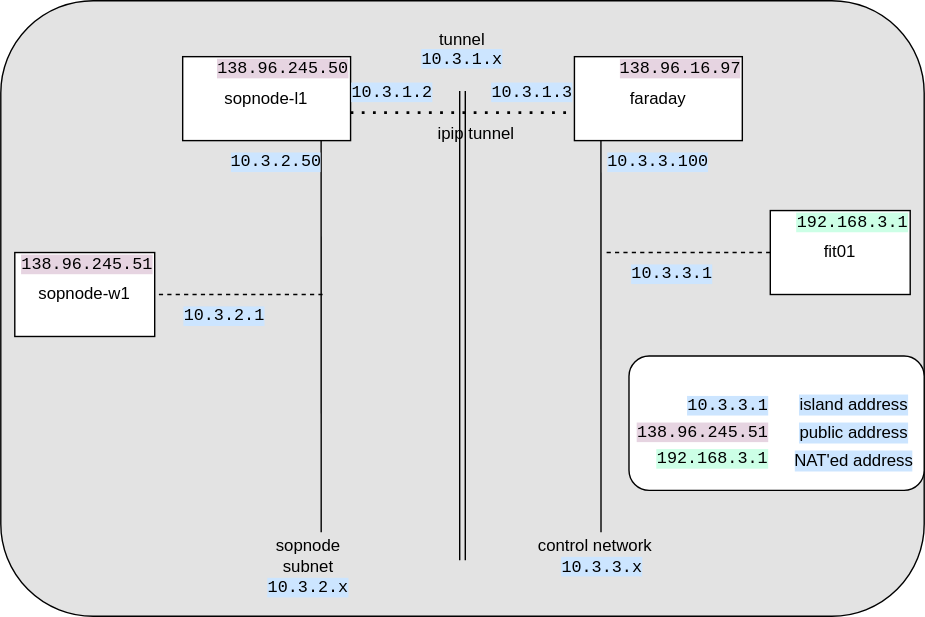
The draw.io diagram island/island-arch.svg in sopnode/kube-install, before a commit. Source tidied: cells renumbered, new cells last; positions are measured from the earlier drawing's top-left corner, leaving out a move shared by most shapes. The source it was exported from:
```xml
<mxGraphModel>
  <root>
    <mxCell id="0" />
    <mxCell id="1" parent="0" />
    <mxCell id="2" style="rounded=1;whiteSpace=wrap;html=1;fillColor=#E3E3E3;" parent="1" vertex="1">
      <mxGeometry width="660" height="440" as="geometry" />
    </mxCell>
    <mxCell id="3" style="rounded=1;whiteSpace=wrap;html=1;labelBackgroundColor=#CCE5FF;fontFamily=Helvetica;" parent="1" vertex="1">
      <mxGeometry x="449" y="254" width="211" height="96" as="geometry" />
    </mxCell>
    <mxCell id="4" value="faraday" style="rounded=0;whiteSpace=wrap;html=1;" parent="1" vertex="1">
      <mxGeometry x="410" y="40" width="120" height="60" as="geometry" />
    </mxCell>
    <mxCell id="5" style="endArrow=none;html=1;entryX=0.658;entryY=1;entryDx=0;entryDy=0;entryPerimeter=0;" parent="1" edge="1">
      <mxGeometry relative="1" as="geometry">
        <mxPoint x="429" y="380" as="sourcePoint" />
        <mxPoint x="429" y="100" as="targetPoint" />
      </mxGeometry>
    </mxCell>
    <mxCell id="6" value="fit01" style="rounded=0;whiteSpace=wrap;html=1;" parent="1" vertex="1">
      <mxGeometry x="550" y="150" width="100" height="60" as="geometry" />
    </mxCell>
    <mxCell id="7" style="endArrow=none;dashed=1;html=1;exitX=0;exitY=0.5;exitDx=0;exitDy=0;" parent="1" edge="1" source="6">
      <mxGeometry relative="1" as="geometry">
        <mxPoint x="430" y="180" as="targetPoint" />
      </mxGeometry>
    </mxCell>
    <mxCell id="8" value="control network" style="text;html=1;strokeColor=none;fillColor=none;align=center;verticalAlign=middle;whiteSpace=wrap;rounded=0;" parent="1" vertex="1">
      <mxGeometry x="380" y="380" width="90" height="20" as="geometry" />
    </mxCell>
    <mxCell id="9" value="sopnode-l1" style="rounded=0;whiteSpace=wrap;html=1;" parent="1" vertex="1">
      <mxGeometry x="130" y="40" width="120" height="60" as="geometry" />
    </mxCell>
    <mxCell id="10" value="&lt;font face=&quot;Courier New&quot; style=&quot;background-color: rgb(204 , 229 , 255)&quot;&gt;10.3.3.1&lt;/font&gt;" style="text;html=1;strokeColor=none;fillColor=none;align=center;verticalAlign=middle;whiteSpace=wrap;rounded=0;" parent="1" vertex="1">
      <mxGeometry x="440" y="180" width="80" height="30" as="geometry" />
    </mxCell>
    <mxCell id="11" value="&lt;span style=&quot;background-color: rgb(204 , 229 , 255)&quot;&gt;&lt;font face=&quot;Courier New&quot;&gt;10.3.3.x&lt;/font&gt;&lt;/span&gt;" style="text;html=1;strokeColor=none;fillColor=none;align=center;verticalAlign=middle;whiteSpace=wrap;rounded=0;" parent="1" vertex="1">
      <mxGeometry x="400" y="390" width="60" height="30" as="geometry" />
    </mxCell>
    <mxCell id="12" value="sopnode subnet&lt;br&gt;&lt;font face=&quot;Courier New&quot; style=&quot;background-color: rgb(204 , 229 , 255)&quot;&gt;10.3.2.x&lt;/font&gt;" style="text;html=1;strokeColor=none;fillColor=none;align=center;verticalAlign=middle;whiteSpace=wrap;rounded=0;" parent="1" vertex="1">
      <mxGeometry x="190" y="390" width="60" height="30" as="geometry" />
    </mxCell>
    <mxCell id="13" value="tunnel&lt;br&gt;&lt;span style=&quot;background-color: rgb(204 , 229 , 255)&quot;&gt;&lt;font face=&quot;Courier New&quot;&gt;10.3.1.x&lt;/font&gt;&lt;/span&gt;" style="text;html=1;strokeColor=none;fillColor=none;align=center;verticalAlign=middle;whiteSpace=wrap;rounded=0;" parent="1" vertex="1">
      <mxGeometry x="300" y="20" width="60" height="30" as="geometry" />
    </mxCell>
    <mxCell id="14" value="&lt;font face=&quot;Courier New&quot; style=&quot;background-color: rgb(204 , 229 , 255)&quot;&gt;10.3.1.2&lt;/font&gt;" style="text;html=1;strokeColor=none;fillColor=none;align=center;verticalAlign=middle;whiteSpace=wrap;rounded=0;" parent="1" vertex="1">
      <mxGeometry x="250" y="50" width="60" height="30" as="geometry" />
    </mxCell>
    <mxCell id="15" value="&lt;font face=&quot;Courier New&quot; style=&quot;background-color: rgb(204 , 229 , 255)&quot;&gt;10.3.1.3&lt;/font&gt;" style="text;html=1;strokeColor=none;fillColor=none;align=center;verticalAlign=middle;whiteSpace=wrap;rounded=0;" parent="1" vertex="1">
      <mxGeometry x="350" y="50" width="60" height="30" as="geometry" />
    </mxCell>
    <mxCell id="16" style="endArrow=none;dashed=1;html=1;dashPattern=1 3;strokeWidth=2;exitX=0;exitY=1;exitDx=0;exitDy=0;" parent="1" edge="1" source="14">
      <mxGeometry relative="1" as="geometry">
        <mxPoint x="410" y="80" as="targetPoint" />
      </mxGeometry>
    </mxCell>
    <mxCell id="17" value="ipip tunnel" style="text;html=1;strokeColor=none;fillColor=none;align=center;verticalAlign=middle;whiteSpace=wrap;rounded=0;" parent="1" vertex="1">
      <mxGeometry x="310" y="80" width="60" height="30" as="geometry" />
    </mxCell>
    <mxCell id="18" style="endArrow=none;html=1;entryX=0.658;entryY=1;entryDx=0;entryDy=0;entryPerimeter=0;" parent="1" edge="1">
      <mxGeometry relative="1" as="geometry">
        <mxPoint x="229" y="380" as="sourcePoint" />
        <mxPoint x="229" y="100" as="targetPoint" />
      </mxGeometry>
    </mxCell>
    <mxCell id="19" value="sopnode-w1" style="rounded=0;whiteSpace=wrap;html=1;" parent="1" vertex="1">
      <mxGeometry x="10" y="180" width="100" height="60" as="geometry" />
    </mxCell>
    <mxCell id="20" style="shape=link;html=1;" parent="1" edge="1">
      <mxGeometry relative="1" as="geometry">
        <mxPoint x="330" y="400" as="sourcePoint" />
        <mxPoint x="330" y="64.5" as="targetPoint" />
      </mxGeometry>
    </mxCell>
    <mxCell id="21" style="endArrow=none;dashed=1;html=1;exitX=0;exitY=0.5;exitDx=0;exitDy=0;" parent="1" edge="1">
      <mxGeometry relative="1" as="geometry">
        <mxPoint x="230" y="210" as="sourcePoint" />
        <mxPoint x="110" y="210" as="targetPoint" />
      </mxGeometry>
    </mxCell>
    <mxCell id="22" value="&lt;font face=&quot;Courier New&quot; style=&quot;background-color: rgb(204 , 229 , 255)&quot;&gt;10.3.2.1&lt;/font&gt;" style="text;html=1;strokeColor=none;fillColor=none;align=center;verticalAlign=middle;whiteSpace=wrap;rounded=0;" parent="1" vertex="1">
      <mxGeometry x="120" y="210" width="80" height="30" as="geometry" />
    </mxCell>
    <mxCell id="23" value="&lt;font face=&quot;Courier New&quot; style=&quot;background-color: rgb(204 , 229 , 255)&quot;&gt;10.3.3.100&lt;/font&gt;" style="text;html=1;strokeColor=none;fillColor=none;align=center;verticalAlign=middle;whiteSpace=wrap;rounded=0;" parent="1" vertex="1">
      <mxGeometry x="430" y="100" width="80" height="30" as="geometry" />
    </mxCell>
    <mxCell id="24" value="&lt;font face=&quot;Courier New&quot; style=&quot;background-color: rgb(204 , 229 , 255)&quot;&gt;10.3.2.50&lt;/font&gt;" style="text;html=1;strokeColor=none;fillColor=none;align=center;verticalAlign=middle;whiteSpace=wrap;rounded=0;" parent="1" vertex="1">
      <mxGeometry x="157" y="100" width="80" height="30" as="geometry" />
    </mxCell>
    <mxCell id="25" value="&lt;font face=&quot;Courier New&quot; style=&quot;background-color: rgb(230 , 212 , 225)&quot;&gt;138.96.245.50&lt;/font&gt;" style="text;html=1;strokeColor=none;fillColor=none;align=center;verticalAlign=middle;whiteSpace=wrap;rounded=0;" parent="1" vertex="1">
      <mxGeometry x="152" y="33" width="100" height="30" as="geometry" />
    </mxCell>
    <mxCell id="26" value="&lt;font face=&quot;Courier New&quot; style=&quot;background-color: rgb(230 , 212 , 225)&quot;&gt;138.96.16.97&lt;/font&gt;" style="text;html=1;strokeColor=none;fillColor=none;align=center;verticalAlign=middle;whiteSpace=wrap;rounded=0;" parent="1" vertex="1">
      <mxGeometry x="436" y="33" width="100" height="30" as="geometry" />
    </mxCell>
    <mxCell id="27" value="&lt;font face=&quot;Courier New&quot; style=&quot;background-color: rgb(230 , 212 , 225)&quot;&gt;138.96.245.51&lt;/font&gt;" style="text;html=1;strokeColor=none;fillColor=none;align=center;verticalAlign=middle;whiteSpace=wrap;rounded=0;" parent="1" vertex="1">
      <mxGeometry x="12" y="173" width="100" height="30" as="geometry" />
    </mxCell>
    <mxCell id="28" value="&lt;font face=&quot;Courier New&quot; style=&quot;background-color: rgb(204 , 255 , 230)&quot;&gt;192.168.3.1&lt;/font&gt;" style="text;html=1;strokeColor=none;fillColor=none;align=center;verticalAlign=middle;whiteSpace=wrap;rounded=0;" parent="1" vertex="1">
      <mxGeometry x="559" y="143" width="100" height="30" as="geometry" />
    </mxCell>
    <mxCell id="29" value="&lt;font face=&quot;Courier New&quot; style=&quot;background-color: rgb(204 , 229 , 255)&quot;&gt;10.3.3.1&lt;/font&gt;" style="text;html=1;strokeColor=none;fillColor=none;align=center;verticalAlign=middle;whiteSpace=wrap;rounded=0;" parent="1" vertex="1">
      <mxGeometry x="480" y="274" width="80" height="30" as="geometry" />
    </mxCell>
    <mxCell id="30" value="&lt;font face=&quot;Courier New&quot; style=&quot;background-color: rgb(230 , 212 , 225)&quot;&gt;138.96.245.51&lt;/font&gt;" style="text;html=1;strokeColor=none;fillColor=none;align=center;verticalAlign=middle;whiteSpace=wrap;rounded=0;" parent="1" vertex="1">
      <mxGeometry x="452" y="293" width="100" height="30" as="geometry" />
    </mxCell>
    <mxCell id="31" value="&lt;font face=&quot;Courier New&quot; style=&quot;background-color: rgb(204 , 255 , 230)&quot;&gt;192.168.3.1&lt;/font&gt;" style="text;html=1;strokeColor=none;fillColor=none;align=center;verticalAlign=middle;whiteSpace=wrap;rounded=0;" parent="1" vertex="1">
      <mxGeometry x="459" y="312" width="100" height="30" as="geometry" />
    </mxCell>
    <mxCell id="32" value="&lt;font face=&quot;Helvetica&quot;&gt;island address&lt;/font&gt;" style="text;html=1;strokeColor=none;fillColor=none;align=center;verticalAlign=middle;whiteSpace=wrap;rounded=0;labelBackgroundColor=#CCE5FF;fontFamily=Courier New;" parent="1" vertex="1">
      <mxGeometry x="560" y="274" width="100" height="30" as="geometry" />
    </mxCell>
    <mxCell id="33" value="&lt;font face=&quot;Helvetica&quot;&gt;public address&lt;/font&gt;&lt;span style=&quot;color: rgba(0 , 0 , 0 , 0) ; font-family: monospace ; font-size: 0px ; background-color: rgb(248 , 249 , 250)&quot;&gt;%3CmxGraphModel%3E%3Croot%3E%3CmxCell%20id%3D%220%22%2F%3E%3CmxCell%20id%3D%221%22%20parent%3D%220%22%2F%3E%3CmxCell%20id%3D%222%22%20value%3D%22%26lt%3Bfont%20face%3D%26quot%3BHelvetica%26quot%3B%26gt%3Bisland%20address%26lt%3B%2Ffont%26gt%3B%22%20style%3D%22text%3Bhtml%3D1%3BstrokeColor%3Dnone%3BfillColor%3Dnone%3Balign%3Dcenter%3BverticalAlign%3Dmiddle%3BwhiteSpace%3Dwrap%3Brounded%3D0%3BlabelBackgroundColor%3D%23CCE5FF%3BfontFamily%3DCourier%20New%3B%22%20vertex%3D%221%22%20parent%3D%221%22%3E%3CmxGeometry%20x%3D%22150%22%20y%3D%22354%22%20width%3D%22100%22%20height%3D%2230%22%20as%3D%22geometry%22%2F%3E%3C%2FmxCell%3E%3C%2Froot%3E%3C%2FmxGraphModel%3E&lt;/span&gt;" style="text;html=1;strokeColor=none;fillColor=none;align=center;verticalAlign=middle;whiteSpace=wrap;rounded=0;labelBackgroundColor=#CCE5FF;fontFamily=Courier New;" parent="1" vertex="1">
      <mxGeometry x="560" y="294" width="100" height="30" as="geometry" />
    </mxCell>
    <mxCell id="34" value="&lt;font face=&quot;Helvetica&quot;&gt;NAT'ed address&lt;/font&gt;&lt;span style=&quot;color: rgba(0 , 0 , 0 , 0) ; font-family: monospace ; font-size: 0px ; background-color: rgb(248 , 249 , 250)&quot;&gt;%3CmxGraphModel%3E%3Croot%3E%3CmxCell%20id%3D%220%22%2F%3E%3CmxCell%20id%3D%221%22%20parent%3D%220%22%2F%3E%3CmxCell%20id%3D%222%22%20value%3D%22%26lt%3Bfont%20face%3D%26quot%3BHelvetica%26quot%3B%26gt%3Bisland%20address%26lt%3B%2Ffont%26gt%3B%22%20style%3D%22text%3Bhtml%3D1%3BstrokeColor%3Dnone%3BfillColor%3Dnone%3Balign%3Dcenter%3BverticalAlign%3Dmiddle%3BwhiteSpace%3Dwrap%3Brounded%3D0%3BlabelBackgroundColor%3D%23CCE5FF%3BfontFamily%3DCourier%20New%3B%22%20vertex%3D%221%22%20parent%3D%221%22%3E%3CmxGeometry%20x%3D%22150%22%20y%3D%22354%22%20width%3D%22100%22%20height%3D%2230%22%20as%3D%22geometry%22%2F%3E%3C%2FmxCell%3E%3C%2Froot%3E%3C%2FmxGraphModel%3E&lt;/span&gt;" style="text;html=1;strokeColor=none;fillColor=none;align=center;verticalAlign=middle;whiteSpace=wrap;rounded=0;labelBackgroundColor=#CCE5FF;fontFamily=Courier New;" parent="1" vertex="1">
      <mxGeometry x="560" y="314" width="100" height="30" as="geometry" />
    </mxCell>
  </root>
</mxGraphModel>
```
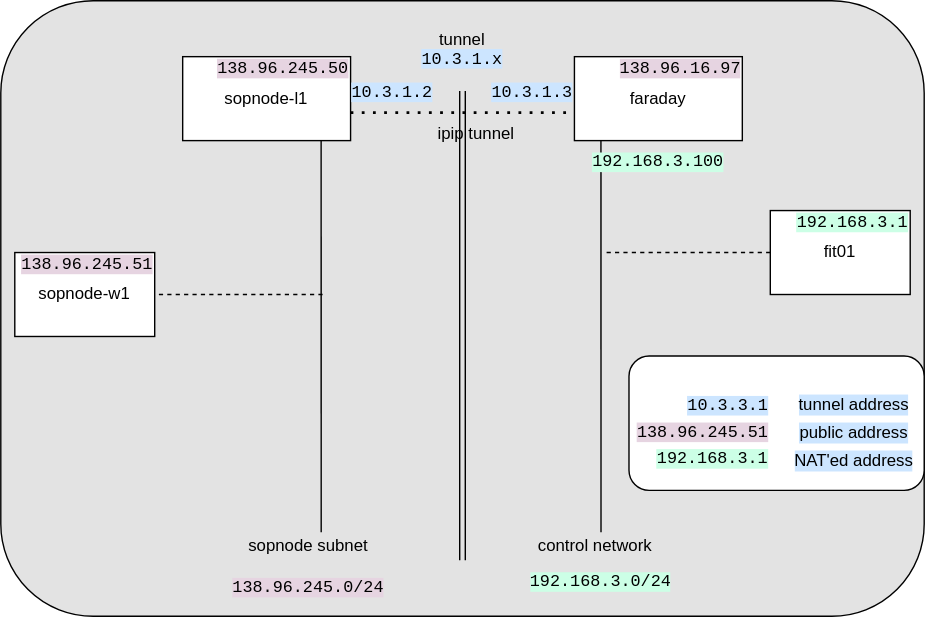
After the change.

Commit message:
simplest possible version of the island

What changed in the source:
```diff
@@ -31,13 +31,10 @@
     <mxCell id="9" value="sopnode-l1" style="rounded=0;whiteSpace=wrap;html=1;" parent="1" vertex="1">
       <mxGeometry x="130" y="40" width="120" height="60" as="geometry" />
     </mxCell>
-    <mxCell id="10" value="&lt;font face=&quot;Courier New&quot; style=&quot;background-color: rgb(204 , 229 , 255)&quot;&gt;10.3.3.1&lt;/font&gt;" style="text;html=1;strokeColor=none;fillColor=none;align=center;verticalAlign=middle;whiteSpace=wrap;rounded=0;" parent="1" vertex="1">
-      <mxGeometry x="440" y="180" width="80" height="30" as="geometry" />
-    </mxCell>
-    <mxCell id="11" value="&lt;span style=&quot;background-color: rgb(204 , 229 , 255)&quot;&gt;&lt;font face=&quot;Courier New&quot;&gt;10.3.3.x&lt;/font&gt;&lt;/span&gt;" style="text;html=1;strokeColor=none;fillColor=none;align=center;verticalAlign=middle;whiteSpace=wrap;rounded=0;" parent="1" vertex="1">
-      <mxGeometry x="400" y="390" width="60" height="30" as="geometry" />
+    <mxCell id="11" value="&lt;font face=&quot;Courier New&quot; style=&quot;background-color: rgb(204 , 255 , 230)&quot;&gt;192.168.3.0/24&lt;/font&gt;" style="text;html=1;strokeColor=none;fillColor=none;align=center;verticalAlign=middle;whiteSpace=wrap;rounded=0;" parent="1" vertex="1">
+      <mxGeometry x="399" y="400" width="60" height="30" as="geometry" />
     </mxCell>
-    <mxCell id="12" value="sopnode subnet&lt;br&gt;&lt;font face=&quot;Courier New&quot; style=&quot;background-color: rgb(204 , 229 , 255)&quot;&gt;10.3.2.x&lt;/font&gt;" style="text;html=1;strokeColor=none;fillColor=none;align=center;verticalAlign=middle;whiteSpace=wrap;rounded=0;" parent="1" vertex="1">
+    <mxCell id="12" value="sopnode subnet&lt;br&gt;&lt;br&gt;&lt;font face=&quot;Courier New&quot; style=&quot;background-color: rgb(230 , 212 , 225)&quot;&gt;138.96.245.0/24&lt;/font&gt;" style="text;html=1;strokeColor=none;fillColor=none;align=center;verticalAlign=middle;whiteSpace=wrap;rounded=0;" parent="1" vertex="1">
       <mxGeometry x="190" y="390" width="60" height="30" as="geometry" />
     </mxCell>
     <mxCell id="13" value="tunnel&lt;br&gt;&lt;span style=&quot;background-color: rgb(204 , 229 , 255)&quot;&gt;&lt;font face=&quot;Courier New&quot;&gt;10.3.1.x&lt;/font&gt;&lt;/span&gt;" style="text;html=1;strokeColor=none;fillColor=none;align=center;verticalAlign=middle;whiteSpace=wrap;rounded=0;" parent="1" vertex="1">
@@ -78,15 +75,9 @@
         <mxPoint x="110" y="210" as="targetPoint" />
       </mxGeometry>
     </mxCell>
-    <mxCell id="22" value="&lt;font face=&quot;Courier New&quot; style=&quot;background-color: rgb(204 , 229 , 255)&quot;&gt;10.3.2.1&lt;/font&gt;" style="text;html=1;strokeColor=none;fillColor=none;align=center;verticalAlign=middle;whiteSpace=wrap;rounded=0;" parent="1" vertex="1">
-      <mxGeometry x="120" y="210" width="80" height="30" as="geometry" />
-    </mxCell>
-    <mxCell id="23" value="&lt;font face=&quot;Courier New&quot; style=&quot;background-color: rgb(204 , 229 , 255)&quot;&gt;10.3.3.100&lt;/font&gt;" style="text;html=1;strokeColor=none;fillColor=none;align=center;verticalAlign=middle;whiteSpace=wrap;rounded=0;" parent="1" vertex="1">
+    <mxCell id="23" value="&lt;font face=&quot;Courier New&quot; style=&quot;background-color: rgb(204 , 255 , 230)&quot;&gt;192.168.3.100&lt;/font&gt;" style="text;html=1;strokeColor=none;fillColor=none;align=center;verticalAlign=middle;whiteSpace=wrap;rounded=0;" parent="1" vertex="1">
       <mxGeometry x="430" y="100" width="80" height="30" as="geometry" />
     </mxCell>
-    <mxCell id="24" value="&lt;font face=&quot;Courier New&quot; style=&quot;background-color: rgb(204 , 229 , 255)&quot;&gt;10.3.2.50&lt;/font&gt;" style="text;html=1;strokeColor=none;fillColor=none;align=center;verticalAlign=middle;whiteSpace=wrap;rounded=0;" parent="1" vertex="1">
-      <mxGeometry x="157" y="100" width="80" height="30" as="geometry" />
-    </mxCell>
     <mxCell id="25" value="&lt;font face=&quot;Courier New&quot; style=&quot;background-color: rgb(230 , 212 , 225)&quot;&gt;138.96.245.50&lt;/font&gt;" style="text;html=1;strokeColor=none;fillColor=none;align=center;verticalAlign=middle;whiteSpace=wrap;rounded=0;" parent="1" vertex="1">
       <mxGeometry x="152" y="33" width="100" height="30" as="geometry" />
     </mxCell>
@@ -108,7 +99,7 @@
     <mxCell id="31" value="&lt;font face=&quot;Courier New&quot; style=&quot;background-color: rgb(204 , 255 , 230)&quot;&gt;192.168.3.1&lt;/font&gt;" style="text;html=1;strokeColor=none;fillColor=none;align=center;verticalAlign=middle;whiteSpace=wrap;rounded=0;" parent="1" vertex="1">
       <mxGeometry x="459" y="312" width="100" height="30" as="geometry" />
     </mxCell>
-    <mxCell id="32" value="&lt;font face=&quot;Helvetica&quot;&gt;island address&lt;/font&gt;" style="text;html=1;strokeColor=none;fillColor=none;align=center;verticalAlign=middle;whiteSpace=wrap;rounded=0;labelBackgroundColor=#CCE5FF;fontFamily=Courier New;" parent="1" vertex="1">
+    <mxCell id="32" value="&lt;font face=&quot;Helvetica&quot;&gt;tunnel address&lt;/font&gt;" style="text;html=1;strokeColor=none;fillColor=none;align=center;verticalAlign=middle;whiteSpace=wrap;rounded=0;labelBackgroundColor=#CCE5FF;fontFamily=Courier New;" parent="1" vertex="1">
       <mxGeometry x="560" y="274" width="100" height="30" as="geometry" />
     </mxCell>
     <mxCell id="33" value="&lt;font face=&quot;Helvetica&quot;&gt;public address&lt;/font&gt;&lt;span style=&quot;color: rgba(0 , 0 , 0 , 0) ; font-family: monospace ; font-size: 0px ; background-color: rgb(248 , 249 , 250)&quot;&gt;%3CmxGraphModel%3E%3Croot%3E%3CmxCell%20id%3D%220%22%2F%3E%3CmxCell%20id%3D%221%22%20parent%3D%220%22%2F%3E%3CmxCell%20id%3D%222%22%20value%3D%22%26lt%3Bfont%20face%3D%26quot%3BHelvetica%26quot%3B%26gt%3Bisland%20address%26lt%3B%2Ffont%26gt%3B%22%20style%3D%22text%3Bhtml%3D1%3BstrokeColor%3Dnone%3BfillColor%3Dnone%3Balign%3Dcenter%3BverticalAlign%3Dmiddle%3BwhiteSpace%3Dwrap%3Brounded%3D0%3BlabelBackgroundColor%3D%23CCE5FF%3BfontFamily%3DCourier%20New%3B%22%20vertex%3D%221%22%20parent%3D%221%22%3E%3CmxGeometry%20x%3D%22150%22%20y%3D%22354%22%20width%3D%22100%22%20height%3D%2230%22%20as%3D%22geometry%22%2F%3E%3C%2FmxCell%3E%3C%2Froot%3E%3C%2FmxGraphModel%3E&lt;/span&gt;" style="text;html=1;strokeColor=none;fillColor=none;align=center;verticalAlign=middle;whiteSpace=wrap;rounded=0;labelBackgroundColor=#CCE5FF;fontFamily=Courier New;" parent="1" vertex="1">
```
